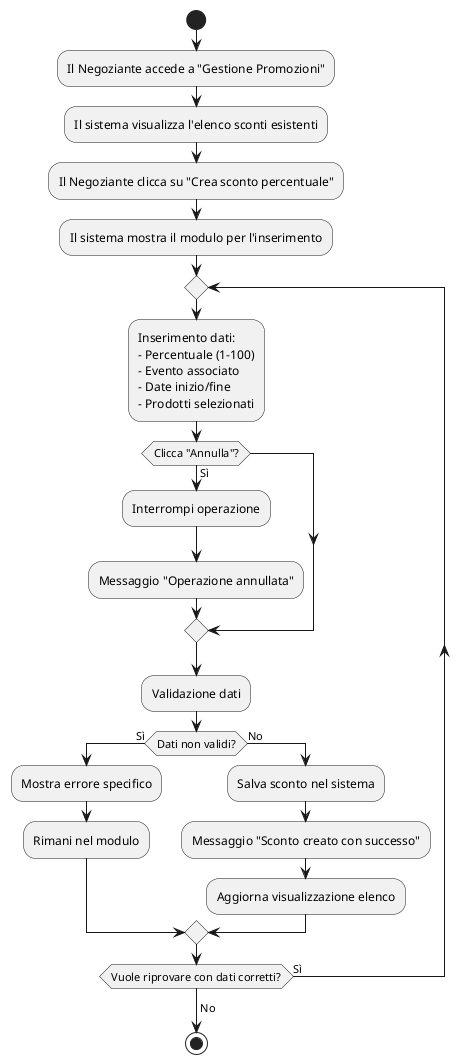
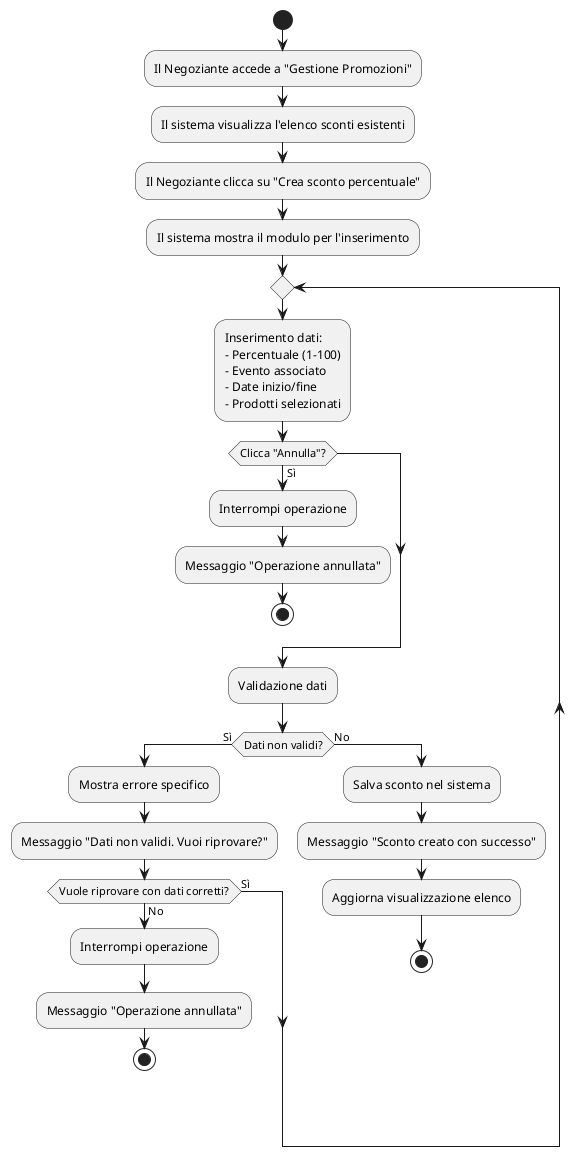
@startuml
start
+ 
:Il Negoziante accede a "Gestione Promozioni";
:Il sistema visualizza l'elenco sconti esistenti;
:Il Negoziante clicca su "Crea sconto percentuale";
:Il sistema mostra il modulo per l'inserimento;

repeat
  :Inserimento dati:
  - Percentuale (1-100)
  - Evento associato
  - Date inizio/fine
  - Prodotti selezionati;

  if (Clicca "Annulla"?) then (Sì)
    :Interrompi operazione;
    :Messaggio "Operazione annullata";
- 
+     stop
  endif

  :Validazione dati;

  if (Dati non validi?) then (Sì)
    :Mostra errore specifico;
-     :Rimani nel modulo;
+     :Messaggio "Dati non validi. Vuoi riprovare?";
+ 
+     if (Vuole riprovare con dati corretti?) then (Sì)
+       ->Rimani nel modulo;
+     else (No)
+       :Interrompi operazione;
+       :Messaggio "Operazione annullata";
+       stop
+     endif
+ 
  else (No)
    :Salva sconto nel sistema;
    :Messaggio "Sconto creato con successo";
    :Aggiorna visualizzazione elenco;
- 
+     stop
  endif
- repeat while (Vuole riprovare con dati corretti?) is (Sì)
- -> No;
- 
- stop
@enduml